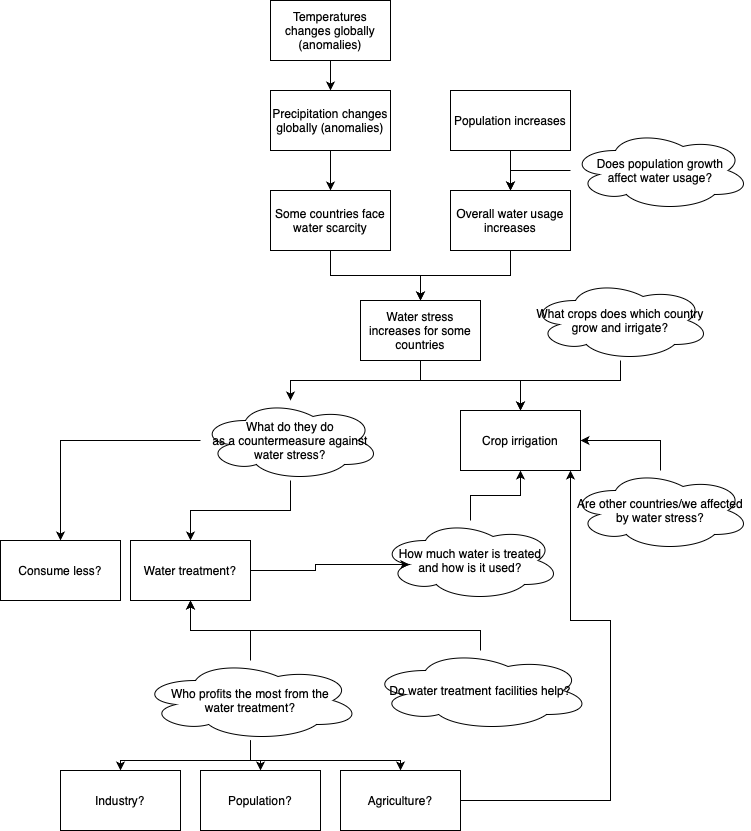
am9zZWY/team-aqua keeps this draw.io diagram as paper_topics.drawio.png. Above is the earlier version. Source tidied: cells renumbered, new cells last; positions are measured from the earlier drawing's top-left corner, leaving out a move shared by most shapes.
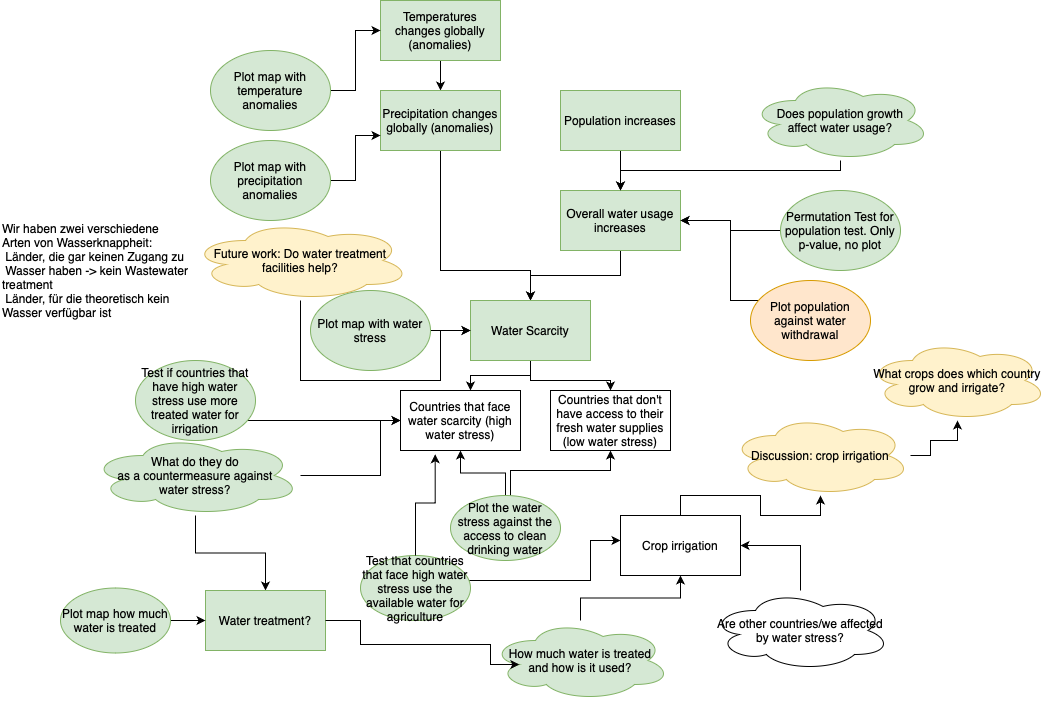
The same diagram one commit later.

Commit message:
Update paper topics and questions

The edit, as a diff of the source:
```diff
@@ -5,60 +5,64 @@
     <mxCell id="2" style="edgeStyle=orthogonalEdgeStyle;rounded=0;jettySize=auto;html=1;" parent="1" edge="1" source="3" target="5">
       <mxGeometry relative="1" as="geometry" />
     </mxCell>
-    <mxCell id="3" value="Temperatures changes globally (anomalies)" style="rounded=0;whiteSpace=wrap;html=1;" parent="1" vertex="1">
+    <mxCell id="3" value="Temperatures changes globally (anomalies)" style="rounded=0;whiteSpace=wrap;html=1;fillColor=#d5e8d4;strokeColor=#82b366;" parent="1" vertex="1">
       <mxGeometry x="270" width="120" height="60" as="geometry" />
     </mxCell>
-    <mxCell id="4" style="edgeStyle=orthogonalEdgeStyle;rounded=0;jettySize=auto;html=1;" parent="1" edge="1" source="5" target="7">
-      <mxGeometry relative="1" as="geometry" />
-    </mxCell>
+    <mxCell id="41" style="edgeStyle=orthogonalEdgeStyle;rounded=0;jettySize=auto;html=1;entryX=0.5;entryY=0;entryDx=0;entryDy=0;" parent="1" edge="1" source="5" target="14">
+      <mxGeometry relative="1" as="geometry">
+        <Array as="points">
+          <mxPoint x="330" y="270" />
+          <mxPoint x="420" y="270" />
+        </Array>
+      </mxGeometry>
+    </mxCell>
-    <mxCell id="5" value="Precipitation changes globally (anomalies)" style="rounded=0;whiteSpace=wrap;html=1;" parent="1" vertex="1">
+    <mxCell id="5" value="Precipitation changes globally (anomalies)" style="rounded=0;whiteSpace=wrap;html=1;fillColor=#d5e8d4;strokeColor=#82b366;" parent="1" vertex="1">
       <mxGeometry x="270" y="90" width="120" height="60" as="geometry" />
     </mxCell>
-    <mxCell id="6" style="edgeStyle=orthogonalEdgeStyle;rounded=0;jettySize=auto;html=1;" parent="1" edge="1" source="7" target="14">
-      <mxGeometry relative="1" as="geometry" />
-    </mxCell>
-    <mxCell id="7" value="Some countries face water scarcity" style="rounded=0;whiteSpace=wrap;html=1;" parent="1" vertex="1">
-      <mxGeometry x="270" y="190" width="120" height="60" as="geometry" />
-    </mxCell>
     <mxCell id="8" style="edgeStyle=orthogonalEdgeStyle;rounded=0;jettySize=auto;html=1;" parent="1" edge="1" source="9" target="11">
       <mxGeometry relative="1" as="geometry" />
     </mxCell>
-    <mxCell id="9" value="Population increases" style="rounded=0;whiteSpace=wrap;html=1;" parent="1" vertex="1">
+    <mxCell id="9" value="Population increases" style="rounded=0;whiteSpace=wrap;html=1;fillColor=#d5e8d4;strokeColor=#82b366;" parent="1" vertex="1">
       <mxGeometry x="450" y="90" width="120" height="60" as="geometry" />
     </mxCell>
     <mxCell id="10" style="edgeStyle=orthogonalEdgeStyle;rounded=0;jettySize=auto;html=1;" parent="1" edge="1" source="11" target="14">
       <mxGeometry relative="1" as="geometry" />
     </mxCell>
-    <mxCell id="11" value="Overall water usage increases" style="rounded=0;whiteSpace=wrap;html=1;" parent="1" vertex="1">
+    <mxCell id="11" value="Overall water usage increases" style="rounded=0;whiteSpace=wrap;html=1;fillColor=#d5e8d4;strokeColor=#82b366;" parent="1" vertex="1">
       <mxGeometry x="450" y="190" width="120" height="60" as="geometry" />
     </mxCell>
-    <mxCell id="12" style="edgeStyle=orthogonalEdgeStyle;rounded=0;jettySize=auto;html=1;" parent="1" edge="1" source="14" target="17">
-      <mxGeometry relative="1" as="geometry">
-        <Array as="points">
-          <mxPoint x="420" y="380" />
-          <mxPoint x="290" y="380" />
-        </Array>
-      </mxGeometry>
-    </mxCell>
-    <mxCell id="13" style="edgeStyle=orthogonalEdgeStyle;rounded=0;jettySize=auto;html=1;" parent="1" edge="1" source="14" target="24">
-      <mxGeometry relative="1" as="geometry">
-        <Array as="points">
-          <mxPoint x="420" y="380" />
-          <mxPoint x="520" y="380" />
-        </Array>
-      </mxGeometry>
-    </mxCell>
+    <mxCell id="42" style="edgeStyle=orthogonalEdgeStyle;rounded=0;jettySize=auto;html=1;" parent="1" edge="1" source="14" target="63">
+      <mxGeometry relative="1" as="geometry">
+        <Array as="points">
+          <mxPoint x="420" y="375" />
+          <mxPoint x="360" y="375" />
+        </Array>
+      </mxGeometry>
+    </mxCell>
+    <mxCell id="43" style="edgeStyle=orthogonalEdgeStyle;rounded=0;jettySize=auto;html=1;" parent="1" edge="1" source="14" target="64">
+      <mxGeometry relative="1" as="geometry">
+        <Array as="points">
+          <mxPoint x="420" y="380" />
+          <mxPoint x="500" y="380" />
+        </Array>
+      </mxGeometry>
+    </mxCell>
-    <mxCell id="14" value="Water stress increases for some countries" style="rounded=0;whiteSpace=wrap;html=1;" parent="1" vertex="1">
+    <mxCell id="14" value="Water Scarcity" style="rounded=0;whiteSpace=wrap;html=1;fillColor=#d5e8d4;strokeColor=#82b366;" parent="1" vertex="1">
       <mxGeometry x="360" y="300" width="120" height="60" as="geometry" />
     </mxCell>
     <mxCell id="15" style="edgeStyle=orthogonalEdgeStyle;rounded=0;jettySize=auto;html=1;" parent="1" edge="1" source="17" target="20">
       <mxGeometry relative="1" as="geometry" />
     </mxCell>
-    <mxCell id="16" style="edgeStyle=orthogonalEdgeStyle;rounded=0;jettySize=auto;html=1;" parent="1" edge="1" source="17" target="27">
-      <mxGeometry relative="1" as="geometry" />
-    </mxCell>
+    <mxCell id="44" style="edgeStyle=orthogonalEdgeStyle;rounded=0;jettySize=auto;html=1;" parent="1" edge="1" source="17" target="63">
+      <mxGeometry relative="1" as="geometry">
+        <Array as="points">
+          <mxPoint x="270" y="475" />
+          <mxPoint x="270" y="420" />
+        </Array>
+      </mxGeometry>
+    </mxCell>
-    <mxCell id="17" value="What do they do&lt;br&gt;as a countermeasure against&lt;br&gt;water stress?" style="ellipse;shape=cloud;whiteSpace=wrap;html=1;" parent="1" vertex="1">
-      <mxGeometry x="200" y="400" width="180" height="80" as="geometry" />
+    <mxCell id="17" value="What do they do&lt;br&gt;as a countermeasure against&lt;br&gt;water stress?" style="ellipse;shape=cloud;whiteSpace=wrap;html=1;fillColor=#d5e8d4;strokeColor=#82b366;" parent="1" vertex="1">
+      <mxGeometry x="-20" y="435" width="210" height="80" as="geometry" />
     </mxCell>
     <mxCell id="18" style="edgeStyle=orthogonalEdgeStyle;rounded=0;jettySize=auto;html=1;" parent="1" edge="1" source="19" target="11">
       <mxGeometry relative="1" as="geometry">
@@ -67,92 +71,153 @@
         </Array>
       </mxGeometry>
     </mxCell>
-    <mxCell id="19" value="Does population growth&lt;br&gt;affect water usage?" style="ellipse;shape=cloud;whiteSpace=wrap;html=1;" parent="1" vertex="1">
-      <mxGeometry x="570" y="130" width="180" height="80" as="geometry" />
+    <mxCell id="19" value="Does population growth&lt;br&gt;affect water usage?" style="ellipse;shape=cloud;whiteSpace=wrap;html=1;fillColor=#d5e8d4;strokeColor=#82b366;" parent="1" vertex="1">
+      <mxGeometry x="640" y="80" width="180" height="80" as="geometry" />
     </mxCell>
-    <mxCell id="20" value="Water treatment?" style="rounded=0;whiteSpace=wrap;html=1;" parent="1" vertex="1">
-      <mxGeometry x="130" y="540" width="120" height="60" as="geometry" />
+    <mxCell id="20" value="Water treatment?" style="rounded=0;whiteSpace=wrap;html=1;fillColor=#d5e8d4;strokeColor=#82b366;" parent="1" vertex="1">
+      <mxGeometry x="95" y="590" width="120" height="60" as="geometry" />
     </mxCell>
     <mxCell id="21" style="edgeStyle=orthogonalEdgeStyle;rounded=0;jettySize=auto;html=1;" parent="1" edge="1" source="22" target="24">
       <mxGeometry relative="1" as="geometry" />
     </mxCell>
-    <mxCell id="22" value="How much water is treated&lt;br&gt;and how is it used?" style="ellipse;shape=cloud;whiteSpace=wrap;html=1;" parent="1" vertex="1">
-      <mxGeometry x="380" y="520" width="180" height="80" as="geometry" />
+    <mxCell id="22" value="How much water is treated&lt;br&gt;and how is it used?" style="ellipse;shape=cloud;whiteSpace=wrap;html=1;fillColor=#d5e8d4;strokeColor=#82b366;" parent="1" vertex="1">
+      <mxGeometry x="380" y="620" width="180" height="80" as="geometry" />
     </mxCell>
     <mxCell id="23" style="edgeStyle=orthogonalEdgeStyle;rounded=0;jettySize=auto;html=1;entryX=0.16;entryY=0.55;entryDx=0;entryDy=0;entryPerimeter=0;" parent="1" edge="1" source="20" target="22">
-      <mxGeometry relative="1" as="geometry" />
+      <mxGeometry relative="1" as="geometry">
+        <Array as="points">
+          <mxPoint x="250" y="620" />
+          <mxPoint x="250" y="644" />
+          <mxPoint x="380" y="644" />
+          <mxPoint x="380" y="664" />
+        </Array>
+      </mxGeometry>
     </mxCell>
+    <mxCell id="45" style="edgeStyle=orthogonalEdgeStyle;rounded=0;jettySize=auto;html=1;" parent="1" edge="1" source="24" target="69">
+      <mxGeometry relative="1" as="geometry" />
+    </mxCell>
     <mxCell id="24" value="Crop irrigation" style="rounded=0;whiteSpace=wrap;html=1;" parent="1" vertex="1">
-      <mxGeometry x="460" y="410" width="120" height="60" as="geometry" />
+      <mxGeometry x="510" y="515" width="120" height="60" as="geometry" />
     </mxCell>
-    <mxCell id="25" style="edgeStyle=orthogonalEdgeStyle;rounded=0;jettySize=auto;html=1;" parent="1" edge="1" source="26" target="24">
-      <mxGeometry relative="1" as="geometry">
-        <Array as="points">
-          <mxPoint x="620" y="380" />
-          <mxPoint x="520" y="380" />
-        </Array>
-      </mxGeometry>
-    </mxCell>
-    <mxCell id="26" value="What crops does which country&lt;br&gt;grow and irrigate?" style="ellipse;shape=cloud;whiteSpace=wrap;html=1;" parent="1" vertex="1">
-      <mxGeometry x="530" y="280" width="180" height="80" as="geometry" />
+    <mxCell id="26" value="What crops does which country&lt;br&gt;grow and irrigate?" style="ellipse;shape=cloud;whiteSpace=wrap;html=1;fillColor=#fff2cc;strokeColor=#d6b656;" parent="1" vertex="1">
+      <mxGeometry x="757" y="340" width="180" height="80" as="geometry" />
     </mxCell>
-    <mxCell id="27" value="Consume less?" style="rounded=0;whiteSpace=wrap;html=1;" parent="1" vertex="1">
-      <mxGeometry y="540" width="120" height="60" as="geometry" />
-    </mxCell>
     <mxCell id="28" style="edgeStyle=orthogonalEdgeStyle;rounded=0;jettySize=auto;html=1;entryX=1;entryY=0.5;entryDx=0;entryDy=0;" parent="1" edge="1" source="29" target="24">
       <mxGeometry relative="1" as="geometry" />
     </mxCell>
     <mxCell id="29" value="Are other countries/we affected&lt;br&gt;by water stress?" style="ellipse;shape=cloud;whiteSpace=wrap;html=1;" parent="1" vertex="1">
-      <mxGeometry x="570" y="470" width="180" height="80" as="geometry" />
+      <mxGeometry x="600" y="590" width="180" height="80" as="geometry" />
     </mxCell>
-    <mxCell id="30" style="edgeStyle=orthogonalEdgeStyle;rounded=0;jettySize=auto;html=1;" parent="1" edge="1" source="34" target="20">
-      <mxGeometry relative="1" as="geometry" />
-    </mxCell>
-    <mxCell id="31" style="edgeStyle=orthogonalEdgeStyle;rounded=0;jettySize=auto;html=1;" parent="1" edge="1" source="34" target="35">
-      <mxGeometry relative="1" as="geometry" />
-    </mxCell>
-    <mxCell id="32" style="edgeStyle=orthogonalEdgeStyle;rounded=0;jettySize=auto;html=1;" parent="1" edge="1" source="34" target="36">
-      <mxGeometry relative="1" as="geometry" />
-    </mxCell>
-    <mxCell id="33" style="edgeStyle=orthogonalEdgeStyle;rounded=0;jettySize=auto;html=1;" parent="1" edge="1" source="34" target="38">
-      <mxGeometry relative="1" as="geometry">
-        <Array as="points">
-          <mxPoint x="250" y="760" />
-          <mxPoint x="400" y="760" />
-        </Array>
-      </mxGeometry>
-    </mxCell>
-    <mxCell id="34" value="Who profits the most from the&lt;br&gt;water treatment?" style="ellipse;shape=cloud;whiteSpace=wrap;html=1;" parent="1" vertex="1">
-      <mxGeometry x="140" y="660" width="220" height="80" as="geometry" />
-    </mxCell>
-    <mxCell id="35" value="Industry?" style="rounded=0;whiteSpace=wrap;html=1;" parent="1" vertex="1">
-      <mxGeometry x="60" y="770" width="120" height="60" as="geometry" />
-    </mxCell>
-    <mxCell id="36" value="Population?" style="rounded=0;whiteSpace=wrap;html=1;" parent="1" vertex="1">
-      <mxGeometry x="200" y="770" width="120" height="60" as="geometry" />
-    </mxCell>
-    <mxCell id="37" style="edgeStyle=orthogonalEdgeStyle;rounded=0;jettySize=auto;html=1;" parent="1" edge="1" source="38" target="24">
-      <mxGeometry relative="1" as="geometry">
-        <Array as="points">
-          <mxPoint x="610" y="800" />
-          <mxPoint x="610" y="620" />
-          <mxPoint x="570" y="620" />
-        </Array>
-      </mxGeometry>
-    </mxCell>
-    <mxCell id="38" value="Agriculture?" style="rounded=0;whiteSpace=wrap;html=1;" parent="1" vertex="1">
-      <mxGeometry x="340" y="770" width="120" height="60" as="geometry" />
-    </mxCell>
-    <mxCell id="39" style="edgeStyle=orthogonalEdgeStyle;rounded=0;jettySize=auto;html=1;" parent="1" edge="1" source="40" target="20">
-      <mxGeometry relative="1" as="geometry">
-        <Array as="points">
-          <mxPoint x="480" y="630" />
-          <mxPoint x="190" y="630" />
-        </Array>
-      </mxGeometry>
-    </mxCell>
+    <mxCell id="46" style="edgeStyle=orthogonalEdgeStyle;rounded=0;jettySize=auto;html=1;" parent="1" edge="1" source="40" target="14">
+      <mxGeometry relative="1" as="geometry">
+        <Array as="points">
+          <mxPoint x="330" y="380" />
+          <mxPoint x="330" y="330" />
+        </Array>
+      </mxGeometry>
+    </mxCell>
-    <mxCell id="40" value="Do water treatment facilities help?" style="ellipse;shape=cloud;whiteSpace=wrap;html=1;" parent="1" vertex="1">
-      <mxGeometry x="370" y="650" width="220" height="80" as="geometry" />
+    <mxCell id="40" value="Future work: Do water treatment facilities help?" style="ellipse;shape=cloud;whiteSpace=wrap;html=1;fillColor=#fff2cc;strokeColor=#d6b656;" parent="1" vertex="1">
+      <mxGeometry x="80" y="220" width="220" height="80" as="geometry" />
     </mxCell>
+    <mxCell id="47" style="edgeStyle=orthogonalEdgeStyle;rounded=0;jettySize=auto;html=1;" parent="1" edge="1" source="48" target="14">
+      <mxGeometry relative="1" as="geometry" />
+    </mxCell>
+    <mxCell id="48" value="Plot map with water stress" style="ellipse;whiteSpace=wrap;html=1;fillColor=#d5e8d4;strokeColor=#82b366;" parent="1" vertex="1">
+      <mxGeometry x="200" y="290" width="120" height="80" as="geometry" />
+    </mxCell>
+    <mxCell id="49" style="edgeStyle=orthogonalEdgeStyle;rounded=0;jettySize=auto;html=1;" parent="1" edge="1" source="50" target="3">
+      <mxGeometry relative="1" as="geometry" />
+    </mxCell>
+    <mxCell id="50" value="Plot map with temperature anomalies" style="ellipse;whiteSpace=wrap;html=1;fillColor=#d5e8d4;strokeColor=#82b366;" parent="1" vertex="1">
+      <mxGeometry x="100" y="50" width="120" height="80" as="geometry" />
+    </mxCell>
+    <mxCell id="51" style="edgeStyle=orthogonalEdgeStyle;rounded=0;jettySize=auto;html=1;entryX=0;entryY=0.75;entryDx=0;entryDy=0;" parent="1" edge="1" source="52" target="5">
+      <mxGeometry relative="1" as="geometry" />
+    </mxCell>
+    <mxCell id="52" value="Plot map with precipitation anomalies" style="ellipse;whiteSpace=wrap;html=1;fillColor=#d5e8d4;strokeColor=#82b366;" parent="1" vertex="1">
+      <mxGeometry x="100" y="140" width="120" height="80" as="geometry" />
+    </mxCell>
+    <mxCell id="53" style="edgeStyle=orthogonalEdgeStyle;rounded=0;jettySize=auto;html=1;" parent="1" edge="1" source="54" target="11">
+      <mxGeometry relative="1" as="geometry" />
+    </mxCell>
+    <mxCell id="54" value="Permutation Test for population test. Only p-value, no plot" style="ellipse;whiteSpace=wrap;html=1;fillColor=#d5e8d4;strokeColor=#82b366;" parent="1" vertex="1">
+      <mxGeometry x="670" y="190" width="120" height="80" as="geometry" />
+    </mxCell>
+    <mxCell id="55" style="edgeStyle=orthogonalEdgeStyle;rounded=0;jettySize=auto;html=1;" parent="1" edge="1" source="56" target="11">
+      <mxGeometry relative="1" as="geometry">
+        <Array as="points">
+          <mxPoint x="620" y="300" />
+          <mxPoint x="620" y="220" />
+        </Array>
+      </mxGeometry>
+    </mxCell>
+    <mxCell id="56" value="Plot population against water withdrawal" style="ellipse;whiteSpace=wrap;html=1;fillColor=#ffe6cc;strokeColor=#d79b00;" parent="1" vertex="1">
+      <mxGeometry x="640" y="280" width="120" height="80" as="geometry" />
+    </mxCell>
+    <mxCell id="57" style="edgeStyle=orthogonalEdgeStyle;rounded=0;jettySize=auto;html=1;" parent="1" edge="1" source="58" target="20">
+      <mxGeometry relative="1" as="geometry" />
+    </mxCell>
+    <mxCell id="58" value="Plot map how much water is treated" style="ellipse;whiteSpace=wrap;html=1;fillColor=#d5e8d4;strokeColor=#82b366;rotation=0;" parent="1" vertex="1">
+      <mxGeometry x="-50" y="587.5" width="110" height="65" as="geometry" />
+    </mxCell>
+    <mxCell id="59" style="edgeStyle=orthogonalEdgeStyle;rounded=0;jettySize=auto;html=1;" parent="1" edge="1" source="61" target="64">
+      <mxGeometry relative="1" as="geometry">
+        <Array as="points">
+          <mxPoint x="400" y="470" />
+          <mxPoint x="500" y="470" />
+        </Array>
+      </mxGeometry>
+    </mxCell>
+    <mxCell id="60" style="edgeStyle=orthogonalEdgeStyle;rounded=0;jettySize=auto;html=1;" parent="1" edge="1" source="61" target="63">
+      <mxGeometry relative="1" as="geometry" />
+    </mxCell>
+    <mxCell id="61" value="Plot the water stress against the access to clean drinking water" style="ellipse;whiteSpace=wrap;html=1;fillColor=#d5e8d4;strokeColor=#82b366;" parent="1" vertex="1">
+      <mxGeometry x="340" y="495" width="110" height="65" as="geometry" />
+    </mxCell>
+    <mxCell id="62" value="&lt;div style=&quot;&quot;&gt;Wir haben zwei verschiedene Arten von Wasserknappheit:&lt;/div&gt;&amp;nbsp;Länder, die gar keinen Zugang zu &amp;nbsp;Wasser haben -&amp;gt; kein Wastewater treatment&lt;br&gt;&amp;nbsp;Länder, für die theoretisch kein Wasser verfügbar ist" style="text;html=1;strokeColor=none;fillColor=none;align=left;verticalAlign=middle;whiteSpace=wrap;rounded=0;" parent="1" vertex="1">
+      <mxGeometry x="-110" y="220" width="190" height="100" as="geometry" />
+    </mxCell>
+    <mxCell id="63" value="Countries that face water scarcity (high water stress)" style="rounded=0;whiteSpace=wrap;html=1;" parent="1" vertex="1">
+      <mxGeometry x="290" y="390" width="120" height="60" as="geometry" />
+    </mxCell>
+    <mxCell id="64" value="Countries that don't have access to their fresh water supplies (low water stress)" style="rounded=0;whiteSpace=wrap;html=1;" parent="1" vertex="1">
+      <mxGeometry x="440" y="390" width="120" height="60" as="geometry" />
+    </mxCell>
+    <mxCell id="65" style="edgeStyle=orthogonalEdgeStyle;rounded=0;jettySize=auto;html=1;" parent="1" edge="1" source="66" target="24">
+      <mxGeometry relative="1" as="geometry">
+        <Array as="points">
+          <mxPoint x="480" y="580" />
+          <mxPoint x="480" y="540" />
+        </Array>
+      </mxGeometry>
+    </mxCell>
+    <mxCell id="66" value="Test that countries that face high water stress use the available water for agriculture" style="ellipse;whiteSpace=wrap;html=1;fillColor=#d5e8d4;strokeColor=#82b366;rotation=0;" parent="1" vertex="1">
+      <mxGeometry x="250" y="555" width="110" height="65" as="geometry" />
+    </mxCell>
+    <mxCell id="67" style="edgeStyle=orthogonalEdgeStyle;rounded=0;jettySize=auto;html=1;entryX=0.289;entryY=1.063;entryDx=0;entryDy=0;entryPerimeter=0;" parent="1" edge="1" source="66" target="63">
+      <mxGeometry relative="1" as="geometry" />
+    </mxCell>
+    <mxCell id="68" style="edgeStyle=orthogonalEdgeStyle;rounded=0;jettySize=auto;html=1;" parent="1" edge="1" source="69" target="26">
+      <mxGeometry relative="1" as="geometry">
+        <Array as="points">
+          <mxPoint x="820" y="455" />
+          <mxPoint x="820" y="440" />
+          <mxPoint x="847" y="440" />
+        </Array>
+      </mxGeometry>
+    </mxCell>
+    <mxCell id="69" value="Discussion: crop irrigation" style="ellipse;shape=cloud;whiteSpace=wrap;html=1;fillColor=#fff2cc;strokeColor=#d6b656;" parent="1" vertex="1">
+      <mxGeometry x="620" y="415" width="180" height="80" as="geometry" />
+    </mxCell>
+    <mxCell id="70" style="edgeStyle=orthogonalEdgeStyle;rounded=0;jettySize=auto;html=1;" parent="1" edge="1" source="71" target="63">
+      <mxGeometry relative="1" as="geometry">
+        <Array as="points">
+          <mxPoint x="190" y="420" />
+        </Array>
+      </mxGeometry>
+    </mxCell>
+    <mxCell id="71" value="Test if countries that have high water stress use more treated water for irrigation" style="ellipse;whiteSpace=wrap;html=1;fillColor=#d5e8d4;strokeColor=#82b366;" parent="1" vertex="1">
+      <mxGeometry x="25" y="360" width="120" height="80" as="geometry" />
+    </mxCell>
   </root>
 </mxGraphModel>
```
